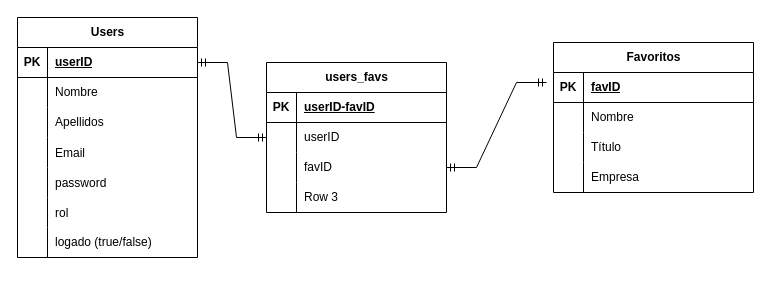
This is queries/GoalBridge.drawio from RubenC2/GoalBridge, a draw.io file, before an edit. Source tidied: cells renumbered, new cells numbered last; positions are measured from the earlier drawing's top-left corner, leaving out a move shared by most shapes. Both pictures are drawn from the tidied source at 100%, with x=0, y=0 at pixel (17, 17).
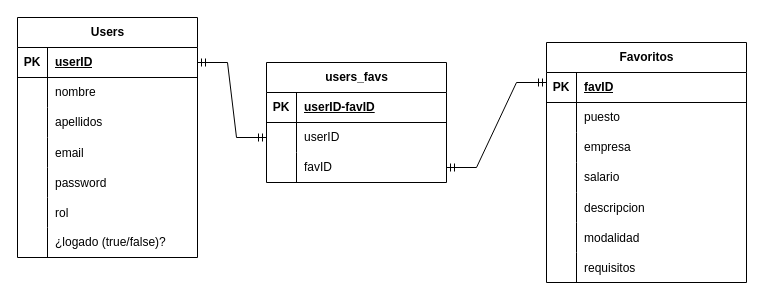
After the change.

Commit message (it also covers changes not shown here):
queries modificadas

The change refers to these unchanged cells:
```xml
<mxCell id="6" style="shape=tableRow;horizontal=0;startSize=0;swimlaneHead=0;swimlaneBody=0;fillColor=none;top=0;left=0;right=0;bottom=0;" parent="2" vertex="1">
  <mxGeometry y="60" width="180" height="30" as="geometry" />
</mxCell>
<mxCell id="9" style="shape=tableRow;horizontal=0;startSize=0;swimlaneHead=0;swimlaneBody=0;fillColor=none;top=0;left=0;right=0;bottom=0;" parent="2" vertex="1">
  <mxGeometry y="90" width="180" height="30" as="geometry" />
</mxCell>
<mxCell id="12" style="shape=tableRow;horizontal=0;startSize=0;swimlaneHead=0;swimlaneBody=0;fillColor=none;top=0;left=0;right=0;bottom=0;" parent="2" vertex="1">
  <mxGeometry y="120" width="180" height="30" as="geometry" />
</mxCell>
<mxCell id="21" style="shape=tableRow;horizontal=0;startSize=0;swimlaneHead=0;swimlaneBody=0;fillColor=none;top=0;left=0;right=0;bottom=0;" parent="2" vertex="1">
  <mxGeometry y="210" width="180" height="30" as="geometry" />
</mxCell>
<mxCell id="28" style="shape=tableRow;horizontal=0;startSize=0;swimlaneHead=0;swimlaneBody=0;fillColor=none;top=0;left=0;right=0;bottom=0;" parent="24" vertex="1">
  <mxGeometry y="60" width="200" height="30" as="geometry" />
</mxCell>
<mxCell id="31" style="shape=tableRow;horizontal=0;startSize=0;swimlaneHead=0;swimlaneBody=0;fillColor=none;top=0;left=0;right=0;bottom=0;" parent="24" vertex="1">
  <mxGeometry y="90" width="200" height="30" as="geometry" />
</mxCell>
<mxCell id="34" style="shape=tableRow;horizontal=0;startSize=0;swimlaneHead=0;swimlaneBody=0;fillColor=none;top=0;left=0;right=0;bottom=0;" parent="24" vertex="1">
  <mxGeometry y="120" width="200" height="30" as="geometry" />
</mxCell>
```

Diff of the diagram source:
```diff
@@
-    <mxCell id="8" value="Nombre" style="shape=partialRectangle;fillColor=none;top=0;left=0;bottom=0;right=0;align=left;spacingLeft=6;overflow=hidden;whiteSpace=wrap;html=1;" parent="6" vertex="1">
+    <mxCell id="8" value="nombre" style="shape=partialRectangle;fillColor=none;top=0;left=0;bottom=0;right=0;align=left;spacingLeft=6;overflow=hidden;whiteSpace=wrap;html=1;" parent="6" vertex="1">
       <mxGeometry x="30" width="150" height="30" as="geometry" />
     </mxCell>
@@
-    <mxCell id="11" value="Apellidos" style="shape=partialRectangle;fillColor=none;top=0;left=0;bottom=0;right=0;align=left;spacingLeft=6;overflow=hidden;whiteSpace=wrap;html=1;" parent="9" vertex="1">
+    <mxCell id="11" value="apellidos" style="shape=partialRectangle;fillColor=none;top=0;left=0;bottom=0;right=0;align=left;spacingLeft=6;overflow=hidden;whiteSpace=wrap;html=1;" parent="9" vertex="1">
       <mxGeometry x="30" width="150" height="30" as="geometry" />
     </mxCell>
@@
-    <mxCell id="14" value="Email" style="shape=partialRectangle;fillColor=none;top=0;left=0;bottom=0;right=0;align=left;spacingLeft=6;overflow=hidden;" parent="12" vertex="1">
+    <mxCell id="14" value="email" style="shape=partialRectangle;fillColor=none;top=0;left=0;bottom=0;right=0;align=left;spacingLeft=6;overflow=hidden;" parent="12" vertex="1">
       <mxGeometry x="30" width="150" height="30" as="geometry" />
     </mxCell>
@@
-    <mxCell id="23" value="logado (true/false)" style="shape=partialRectangle;fillColor=none;top=0;left=0;bottom=0;right=0;align=left;spacingLeft=6;overflow=hidden;whiteSpace=wrap;html=1;" parent="21" vertex="1">
+    <mxCell id="23" value="¿logado (true/false)?" style="shape=partialRectangle;fillColor=none;top=0;left=0;bottom=0;right=0;align=left;spacingLeft=6;overflow=hidden;whiteSpace=wrap;html=1;" parent="21" vertex="1">
       <mxGeometry x="30" width="150" height="30" as="geometry" />
     </mxCell>
     <mxCell id="24" value="Favoritos" style="shape=table;startSize=30;childLayout=tableLayout;rowLines=0;fontStyle=1;align=center;html=1;" parent="1" vertex="1">
-      <mxGeometry x="536" y="25" width="200" height="150" as="geometry" />
+      <mxGeometry x="529" y="25" width="200" height="240" as="geometry" />
     </mxCell>
@@
-    <mxCell id="30" value="Nombre" style="shape=partialRectangle;fillColor=none;top=0;left=0;bottom=0;right=0;align=left;spacingLeft=6;overflow=hidden;whiteSpace=wrap;html=1;" parent="28" vertex="1">
+    <mxCell id="30" value="puesto" style="shape=partialRectangle;fillColor=none;top=0;left=0;bottom=0;right=0;align=left;spacingLeft=6;overflow=hidden;whiteSpace=wrap;html=1;" parent="28" vertex="1">
       <mxGeometry x="30" width="170" height="30" as="geometry" />
     </mxCell>
@@
-    <mxCell id="33" value="Título" style="shape=partialRectangle;fillColor=none;top=0;left=0;bottom=0;right=0;align=left;spacingLeft=6;overflow=hidden;whiteSpace=wrap;html=1;" parent="31" vertex="1">
+    <mxCell id="33" value="empresa" style="shape=partialRectangle;fillColor=none;top=0;left=0;bottom=0;right=0;align=left;spacingLeft=6;overflow=hidden;whiteSpace=wrap;html=1;" parent="31" vertex="1">
       <mxGeometry x="30" width="170" height="30" as="geometry" />
     </mxCell>
@@
-    <mxCell id="36" value="Empresa" style="shape=partialRectangle;fillColor=none;top=0;left=0;bottom=0;right=0;align=left;spacingLeft=6;overflow=hidden;whiteSpace=wrap;html=1;" parent="34" vertex="1">
+    <mxCell id="36" value="salario" style="shape=partialRectangle;fillColor=none;top=0;left=0;bottom=0;right=0;align=left;spacingLeft=6;overflow=hidden;whiteSpace=wrap;html=1;" parent="34" vertex="1">
       <mxGeometry x="30" width="170" height="30" as="geometry" />
     </mxCell>
+    <mxCell id="52" style="shape=tableRow;horizontal=0;startSize=0;swimlaneHead=0;swimlaneBody=0;fillColor=none;top=0;left=0;right=0;bottom=0;" parent="24" vertex="1">
+      <mxGeometry y="150" width="200" height="30" as="geometry" />
+    </mxCell>
+    <mxCell id="53" style="shape=partialRectangle;fillColor=none;top=0;left=0;bottom=0;right=0;overflow=hidden;" parent="52" vertex="1">
+      <mxGeometry width="30" height="30" as="geometry" />
+    </mxCell>
+    <mxCell id="54" value="descripcion" style="shape=partialRectangle;fillColor=none;top=0;left=0;bottom=0;right=0;align=left;spacingLeft=6;overflow=hidden;" parent="52" vertex="1">
+      <mxGeometry x="30" width="170" height="30" as="geometry" />
+    </mxCell>
+    <mxCell id="55" style="shape=tableRow;horizontal=0;startSize=0;swimlaneHead=0;swimlaneBody=0;fillColor=none;top=0;left=0;right=0;bottom=0;" parent="24" vertex="1">
+      <mxGeometry y="180" width="200" height="30" as="geometry" />
+    </mxCell>
+    <mxCell id="56" style="shape=partialRectangle;fillColor=none;top=0;left=0;bottom=0;right=0;overflow=hidden;" parent="55" vertex="1">
+      <mxGeometry width="30" height="30" as="geometry" />
+    </mxCell>
+    <mxCell id="57" value="modalidad" style="shape=partialRectangle;fillColor=none;top=0;left=0;bottom=0;right=0;align=left;spacingLeft=6;overflow=hidden;" parent="55" vertex="1">
+      <mxGeometry x="30" width="170" height="30" as="geometry" />
+    </mxCell>
+    <mxCell id="58" style="shape=tableRow;horizontal=0;startSize=0;swimlaneHead=0;swimlaneBody=0;fillColor=none;top=0;left=0;right=0;bottom=0;" parent="24" vertex="1">
+      <mxGeometry y="210" width="200" height="30" as="geometry" />
+    </mxCell>
+    <mxCell id="59" style="shape=partialRectangle;fillColor=none;top=0;left=0;bottom=0;right=0;overflow=hidden;" parent="58" vertex="1">
+      <mxGeometry width="30" height="30" as="geometry" />
+    </mxCell>
+    <mxCell id="60" value="requisitos" style="shape=partialRectangle;fillColor=none;top=0;left=0;bottom=0;right=0;align=left;spacingLeft=6;overflow=hidden;" parent="58" vertex="1">
+      <mxGeometry x="30" width="170" height="30" as="geometry" />
+    </mxCell>
     <mxCell id="37" value="users_favs" style="shape=table;startSize=30;childLayout=tableLayout;rowLines=0;fontStyle=1;align=center;html=1;" parent="1" vertex="1">
-      <mxGeometry x="249" y="45" width="180" height="150" as="geometry" />
+      <mxGeometry x="249" y="45" width="180" height="120" as="geometry" />
     </mxCell>
@@
-    <mxCell id="47" style="shape=tableRow;horizontal=0;startSize=0;swimlaneHead=0;swimlaneBody=0;fillColor=none;top=0;left=0;right=0;bottom=0;" parent="37" vertex="1">
-      <mxGeometry y="120" width="180" height="30" as="geometry" />
-    </mxCell>
-    <mxCell id="48" style="shape=partialRectangle;fillColor=none;top=0;left=0;bottom=0;right=0;overflow=hidden;whiteSpace=wrap;html=1;" parent="47" vertex="1">
-      <mxGeometry width="30" height="30" as="geometry" />
-    </mxCell>
-    <mxCell id="49" value="Row 3" style="shape=partialRectangle;fillColor=none;top=0;left=0;bottom=0;right=0;align=left;spacingLeft=6;overflow=hidden;whiteSpace=wrap;html=1;" parent="47" vertex="1">
-      <mxGeometry x="30" width="150" height="30" as="geometry" />
-    </mxCell>
```
